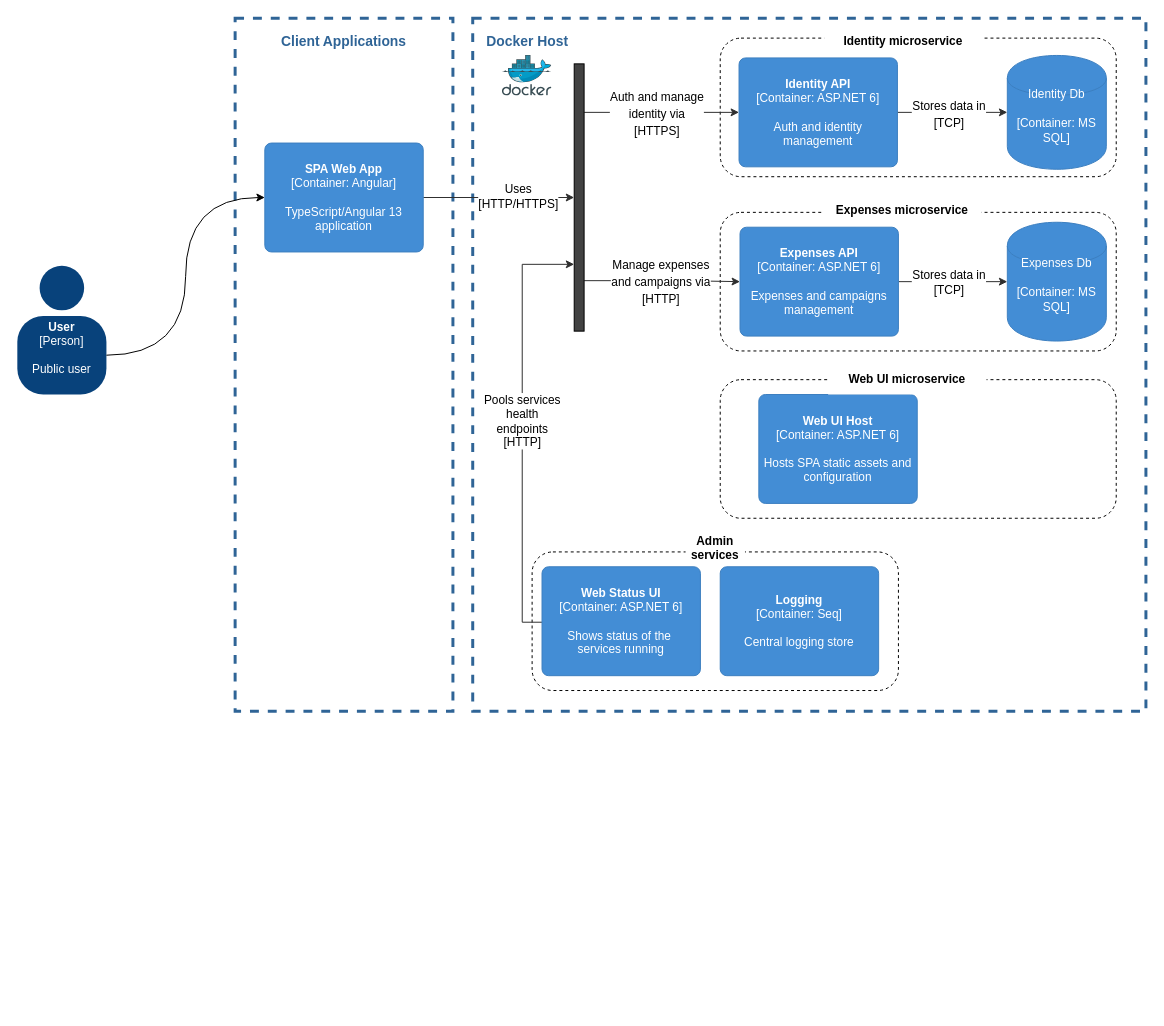
This is documentation/budgetcast-containers-diagram.drawio from bchornii/budgetcast, a draw.io file, before an edit. Source tidied: cells renumbered, new cells numbered last; positions are measured from the earlier drawing's top-left corner, leaving out a move shared by most shapes. Both pictures are drawn from the tidied source at 99%, with x=0, y=0 at pixel (17, 18).
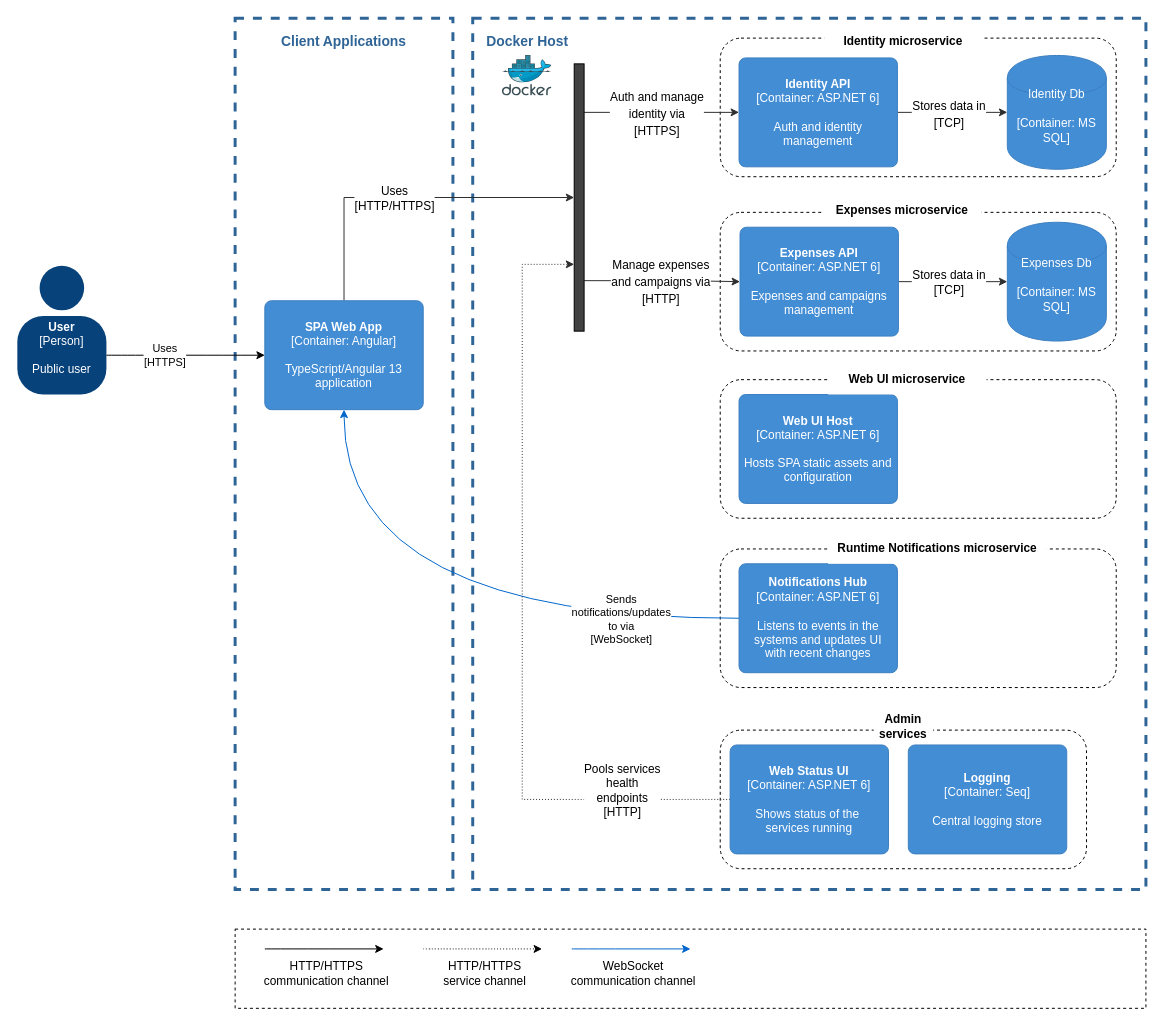
The same diagram, later.

Commit message (it also covers changes not shown here):
Added containerization support to notifications hub

Unchanged cells that the change refers to:
```xml
<mxCell id="26" style="edgeStyle=orthogonalEdgeStyle;rounded=0;jettySize=auto;html=1;entryX=0;entryY=0.5;entryDx=0;entryDy=0;curved=1;" parent="1" edge="1" source="8" target="12">
  <mxGeometry relative="1" as="geometry" />
</mxCell>
<mxCell id="31" style="rounded=0;whiteSpace=wrap;html=1;fillColor=#424242;" parent="1" vertex="1">
  <mxGeometry x="562.5" y="46" width="10" height="270" as="geometry" />
</mxCell>
```

The edit, as a diff of the source:
```diff
@@
+    <mxCell id="4" style="rounded=0;whiteSpace=wrap;html=1;fillColor=none;dashed=1;strokeColor=#2F6496;strokeWidth=3;" parent="1" vertex="1">
+      <mxGeometry x="460" width="680" height="880" as="geometry" />
+    </mxCell>
+    <mxCell id="37" style="rounded=1;whiteSpace=wrap;html=1;dashed=1;fontColor=#2F6496;strokeColor=#000000;fillColor=none;" parent="1" vertex="1">
+      <mxGeometry x="710" y="365" width="400" height="140" as="geometry" />
+    </mxCell>
+    <mxCell id="40" style="rounded=1;whiteSpace=wrap;html=1;dashed=1;fontColor=#2F6496;strokeColor=#000000;fillColor=none;" parent="1" vertex="1">
+      <mxGeometry x="710" y="536" width="400" height="140" as="geometry" />
+    </mxCell>
@@
     <mxCell id="3" style="rounded=0;whiteSpace=wrap;html=1;fillColor=none;dashed=1;strokeColor=#2F6496;strokeWidth=3;" parent="1" vertex="1">
-      <mxGeometry x="220" width="220" height="700" as="geometry" />
+      <mxGeometry x="220" width="220" height="880" as="geometry" />
     </mxCell>
-    <mxCell id="4" style="rounded=0;whiteSpace=wrap;html=1;fillColor=none;dashed=1;strokeColor=#2F6496;strokeWidth=3;" parent="1" vertex="1">
-      <mxGeometry x="460" width="680" height="700" as="geometry" />
-    </mxCell>
     <mxCell id="5" style="rounded=1;whiteSpace=wrap;html=1;dashed=1;fontColor=#2F6496;strokeColor=#000000;fillColor=none;" parent="1" vertex="1">
-      <mxGeometry x="520" y="539" width="370" height="140" as="geometry" />
+      <mxGeometry x="710" y="719" width="370" height="140" as="geometry" />
     </mxCell>
@@
-    <mxCell id="10" style="edgeStyle=orthogonalEdgeStyle;rounded=0;jettySize=auto;html=1;entryX=0;entryY=0.5;entryDx=0;entryDy=0;strokeColor=#2E2E2E;strokeWidth=1;" parent="1" edge="1" source="12" target="31">
+    <mxCell id="10" style="edgeStyle=orthogonalEdgeStyle;rounded=0;jettySize=auto;html=1;entryX=0;entryY=0.5;entryDx=0;entryDy=0;strokeColor=#2E2E2E;strokeWidth=1;exitX=0.5;exitY=0;exitDx=0;exitDy=0;" parent="1" edge="1" source="12" target="31">
       <mxGeometry relative="1" as="geometry" />
     </mxCell>
     <mxCell id="11" value="Uses&lt;br&gt;[HTTP/HTTPS]" style="edgeLabel;html=1;align=center;verticalAlign=middle;fontSize=12;fontColor=#000000;" parent="10" vertex="1">
-      <mxGeometry x="0.24" y="2" relative="1" as="geometry" />
+      <mxGeometry x="0.24" y="2" relative="1" as="geometry">
+        <mxPoint x="-54" y="2" as="offset" />
+      </mxGeometry>
     </mxCell>
+    <mxCell id="41" style="edgeStyle=orthogonalEdgeStyle;curved=1;jettySize=auto;html=1;entryX=0;entryY=0.5;entryDx=0;entryDy=0;exitX=0.5;exitY=1;exitDx=0;exitDy=0;startArrow=classic;startFill=1;endArrow=none;endFill=0;fillColor=#dae8fc;strokeColor=#0066CC;" parent="1" edge="1" source="12" target="44">
+      <mxGeometry relative="1" as="geometry" />
+    </mxCell>
+    <mxCell id="42" value="Sends&lt;br&gt;notifications/updates &lt;br&gt;to via&lt;br&gt;[WebSocket]" style="edgeLabel;html=1;align=center;verticalAlign=middle;" parent="41" vertex="1">
+      <mxGeometry x="-0.29" y="82" relative="1" as="geometry">
+        <mxPoint x="274" y="82" as="offset" />
+      </mxGeometry>
+    </mxCell>
     <mxCell id="12" value="&lt;span&gt;&lt;b&gt;SPA Web App&lt;/b&gt;&lt;/span&gt;&lt;div&gt;[Container: Angular&lt;span&gt;]&lt;/span&gt;&lt;/div&gt;&lt;div&gt;&lt;br&gt;&lt;/div&gt;&lt;div&gt;TypeScript/Angular 13&lt;/div&gt;&lt;div&gt;application&lt;/div&gt;" style="rounded=1;whiteSpace=wrap;html=1;labelBackgroundColor=none;fillColor=#438dd5;fontColor=#ffffff;align=center;arcSize=6;strokeColor=#3c7fc0;" parent="1" vertex="1">
-      <mxGeometry x="250" y="126" width="160" height="110" as="geometry" />
+      <mxGeometry x="250" y="285.3" width="160" height="110" as="geometry" />
     </mxCell>
-    <mxCell id="13" style="edgeStyle=orthogonalEdgeStyle;rounded=0;jettySize=auto;html=1;entryX=0;entryY=0.75;entryDx=0;entryDy=0;strokeColor=#2E2E2E;strokeWidth=1;" parent="1" edge="1" source="15" target="31">
+    <mxCell id="13" style="edgeStyle=orthogonalEdgeStyle;rounded=0;jettySize=auto;html=1;entryX=0;entryY=0.75;entryDx=0;entryDy=0;strokeColor=#2E2E2E;strokeWidth=1;dashed=1;dashPattern=1 2;" parent="1" edge="1" source="15" target="31">
       <mxGeometry relative="1" as="geometry">
         <Array as="points">
-          <mxPoint x="510" y="610" />
+          <mxPoint x="510" y="789" />
           <mxPoint x="510" y="249" />
         </Array>
       </mxGeometry>
     </mxCell>
     <mxCell id="14" value="Pools services &lt;br&gt;health &lt;br&gt;endpoints&lt;br&gt;[HTTP]" style="edgeLabel;html=1;align=center;verticalAlign=middle;fontSize=12;fontColor=#000000;" parent="13" vertex="1">
-      <mxGeometry x="0.03" y="1" relative="1" as="geometry" />
+      <mxGeometry x="0.03" y="1" relative="1" as="geometry">
+        <mxPoint x="101" y="194" as="offset" />
+      </mxGeometry>
     </mxCell>
     <mxCell id="15" value="&lt;span&gt;&lt;b&gt;Web Status UI&lt;/b&gt;&lt;/span&gt;&lt;div&gt;[Container: ASP.NET 6&lt;span&gt;]&lt;/span&gt;&lt;/div&gt;&lt;div&gt;&lt;br&gt;&lt;/div&gt;&lt;div&gt;Shows status of the&amp;nbsp;&lt;/div&gt;&lt;div&gt;services running&lt;/div&gt;" style="rounded=1;whiteSpace=wrap;html=1;labelBackgroundColor=none;fillColor=#438dd5;fontColor=#ffffff;align=center;arcSize=6;strokeColor=#3c7fc0;" parent="1" vertex="1">
-      <mxGeometry x="530" y="554" width="160" height="110" as="geometry" />
+      <mxGeometry x="720" y="734" width="160" height="110" as="geometry" />
     </mxCell>
     <mxCell id="16" value="&lt;span&gt;&lt;b&gt;Logging&lt;/b&gt;&lt;/span&gt;&lt;div&gt;[Container: Seq&lt;span&gt;]&lt;/span&gt;&lt;/div&gt;&lt;div&gt;&lt;br&gt;&lt;/div&gt;&lt;div&gt;Central logging store&lt;/div&gt;" style="rounded=1;whiteSpace=wrap;html=1;labelBackgroundColor=none;fillColor=#438dd5;fontColor=#ffffff;align=center;arcSize=6;strokeColor=#3c7fc0;" parent="1" vertex="1">
-      <mxGeometry x="710" y="554" width="160" height="110" as="geometry" />
+      <mxGeometry x="900" y="734" width="160" height="110" as="geometry" />
     </mxCell>
@@
     <mxCell id="25" value="&lt;span&gt;&lt;b&gt;Web UI Host&lt;/b&gt;&lt;/span&gt;&lt;div&gt;[Container: ASP.NET 6&lt;span&gt;]&lt;/span&gt;&lt;/div&gt;&lt;div&gt;&lt;br&gt;&lt;/div&gt;&lt;div&gt;Hosts SPA static assets and configuration&lt;/div&gt;" style="rounded=1;whiteSpace=wrap;html=1;labelBackgroundColor=none;fillColor=#438dd5;fontColor=#ffffff;align=center;arcSize=6;strokeColor=#3c7fc0;" parent="1" vertex="1">
-      <mxGeometry x="749" y="380" width="160" height="110" as="geometry" />
+      <mxGeometry x="729" y="380" width="160" height="110" as="geometry" />
     </mxCell>
@@
+    <mxCell id="43" value="Uses&lt;br&gt;[HTTPS]" style="edgeLabel;html=1;align=center;verticalAlign=middle;" parent="26" vertex="1">
+      <mxGeometry x="-0.27" relative="1" as="geometry" />
+    </mxCell>
@@
     <mxCell id="34" value="&lt;font color=&quot;#000000&quot;&gt;&lt;b&gt;Admin services&lt;/b&gt;&lt;/font&gt;" style="text;html=1;strokeColor=none;fillColor=default;align=center;verticalAlign=middle;whiteSpace=wrap;rounded=0;dashed=1;fontColor=#2F6496;" parent="1" vertex="1">
-      <mxGeometry x="675" y="520" width="60" height="30" as="geometry" />
+      <mxGeometry x="865" y="700" width="60" height="30" as="geometry" />
     </mxCell>
@@
-    <mxCell id="37" style="rounded=1;whiteSpace=wrap;html=1;dashed=1;fontColor=#2F6496;strokeColor=#000000;fillColor=none;" parent="1" vertex="1">
-      <mxGeometry x="710" y="365" width="400" height="140" as="geometry" />
-    </mxCell>
@@
+    <mxCell id="44" value="&lt;span&gt;&lt;b&gt;Notifications Hub&lt;/b&gt;&lt;/span&gt;&lt;div&gt;[Container: ASP.NET 6&lt;span&gt;]&lt;/span&gt;&lt;/div&gt;&lt;div&gt;&lt;br&gt;&lt;/div&gt;&lt;div&gt;Listens to events in the systems and updates UI&lt;/div&gt;&lt;div&gt;with recent changes&lt;/div&gt;" style="rounded=1;whiteSpace=wrap;html=1;labelBackgroundColor=none;fillColor=#438dd5;fontColor=#ffffff;align=center;arcSize=6;strokeColor=#3c7fc0;" parent="1" vertex="1">
+      <mxGeometry x="729" y="551" width="160" height="110" as="geometry" />
+    </mxCell>
+    <mxCell id="45" value="&lt;font color=&quot;#000000&quot;&gt;&lt;b&gt;Runtime Notifications microservice&lt;/b&gt;&lt;/font&gt;" style="text;html=1;strokeColor=none;fillColor=default;align=center;verticalAlign=middle;whiteSpace=wrap;rounded=0;dashed=1;fontColor=#2F6496;" parent="1" vertex="1">
+      <mxGeometry x="819" y="521" width="221" height="30" as="geometry" />
+    </mxCell>
+    <mxCell id="46" style="rounded=0;whiteSpace=wrap;html=1;dashed=1;fontColor=#2F6496;strokeColor=#000000;fillColor=none;" parent="1" vertex="1">
+      <mxGeometry x="220" y="920" width="920" height="80" as="geometry" />
+    </mxCell>
+    <mxCell id="47" style="endArrow=classic;html=1;curved=1;fillColor=#dae8fc;strokeColor=#0066CC;" parent="1" edge="1">
+      <mxGeometry relative="1" as="geometry">
+        <mxPoint x="560" y="940" as="sourcePoint" />
+        <mxPoint x="680" y="940" as="targetPoint" />
+      </mxGeometry>
+    </mxCell>
+    <mxCell id="48" style="endArrow=classic;html=1;dashed=1;dashPattern=1 2;curved=1;" parent="1" edge="1">
+      <mxGeometry relative="1" as="geometry">
+        <mxPoint x="410" y="940" as="sourcePoint" />
+        <mxPoint x="530" y="940" as="targetPoint" />
+      </mxGeometry>
+    </mxCell>
+    <mxCell id="49" style="endArrow=classic;html=1;curved=1;" parent="1" edge="1">
+      <mxGeometry relative="1" as="geometry">
+        <mxPoint x="250" y="940" as="sourcePoint" />
+        <mxPoint x="370" y="940" as="targetPoint" />
+      </mxGeometry>
+    </mxCell>
+    <mxCell id="50" value="HTTP/HTTPS&lt;br&gt;communication channel" style="text;html=1;strokeColor=none;fillColor=none;align=center;verticalAlign=middle;whiteSpace=wrap;rounded=0;" parent="1" vertex="1">
+      <mxGeometry x="240" y="950" width="145" height="30" as="geometry" />
+    </mxCell>
+    <mxCell id="51" value="HTTP/HTTPS&lt;br&gt;service channel" style="text;html=1;strokeColor=none;fillColor=none;align=center;verticalAlign=middle;whiteSpace=wrap;rounded=0;" parent="1" vertex="1">
+      <mxGeometry x="400" y="950" width="145" height="30" as="geometry" />
+    </mxCell>
+    <mxCell id="52" value="WebSocket&lt;br&gt;communication channel" style="text;html=1;strokeColor=none;fillColor=none;align=center;verticalAlign=middle;whiteSpace=wrap;rounded=0;" parent="1" vertex="1">
+      <mxGeometry x="550" y="950" width="145" height="30" as="geometry" />
+    </mxCell>
```
